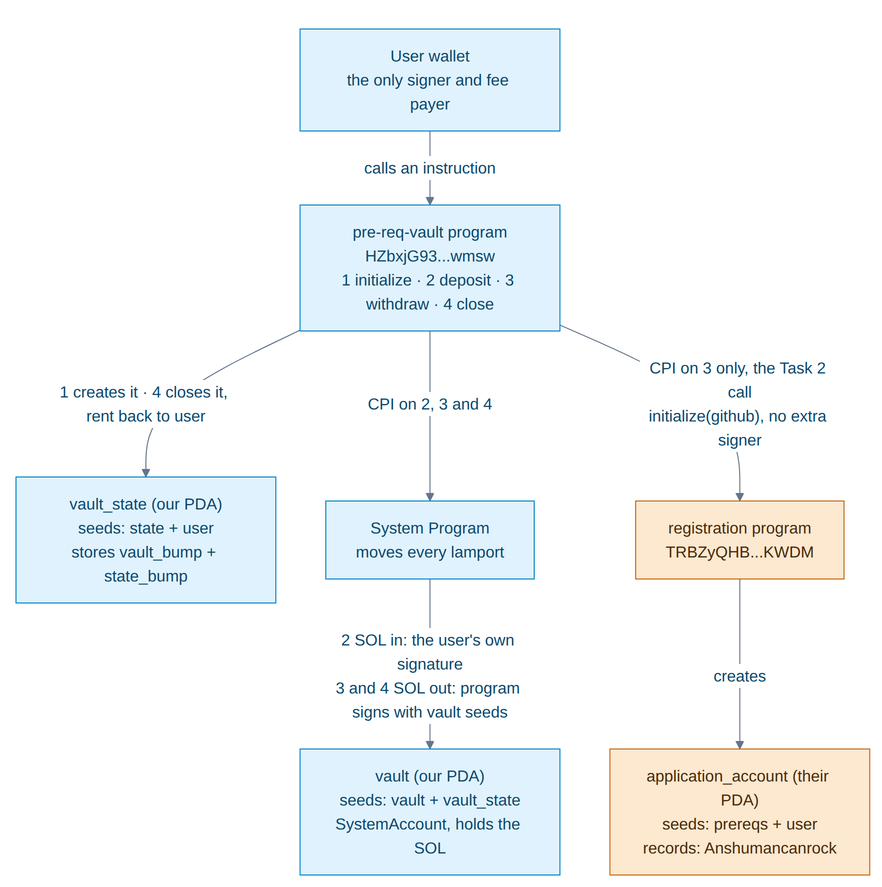
This is docs/diagram.png from Anshumancanrock/Turbin3, a Mermaid export, as it was before one commit. Its source is kept beside it as docs/diagram.mmd.
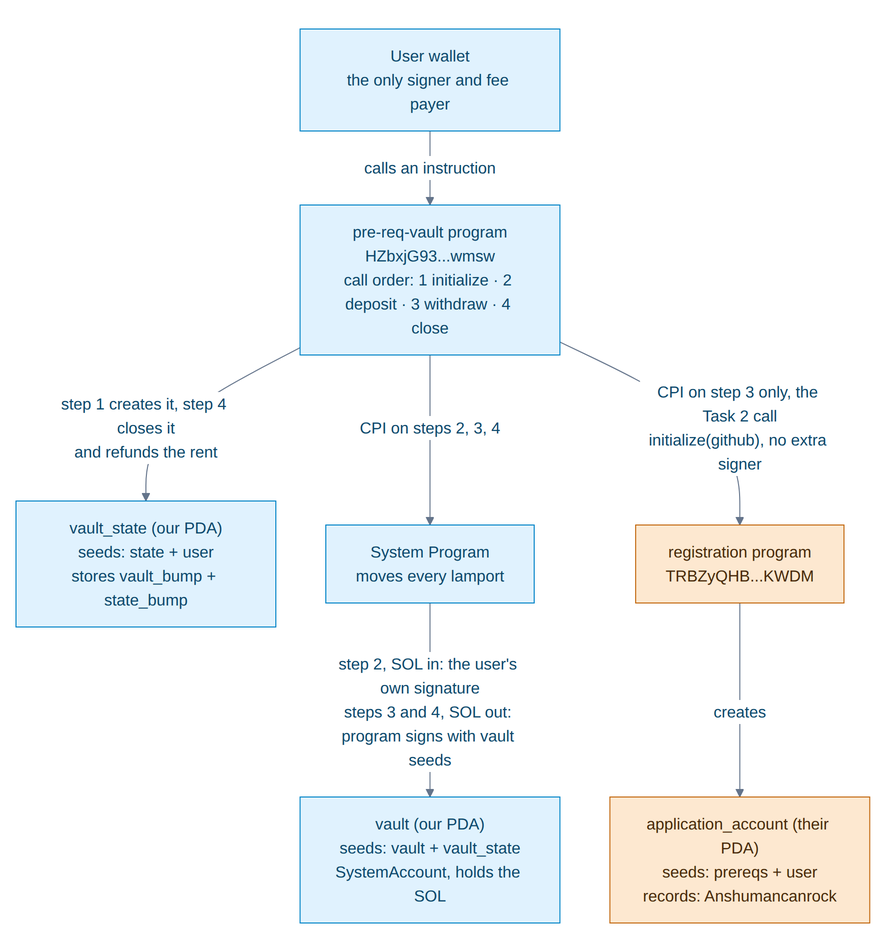
After the change.

Commit message:
Say 'step' so the numbers cannot be read as CPI depth

Solana logs use bracketed numbers for invocation depth, and the README shows
invoke [1] through [3]. Bare digits in the diagram meant call order, which is
the same digits with a different meaning.

Change to the diagram source:
```diff
@@ -3,7 +3,7 @@
   'lineColor':'#64748b','edgeLabelBackground':'#ffffff'}}}%%
 flowchart TD
     U["User wallet<br/>the only signer and fee payer"]
-    P["pre-req-vault program<br/>HZbxjG93...wmsw<br/>1 initialize · 2 deposit · 3 withdraw · 4 close"]
+    P["pre-req-vault program<br/>HZbxjG93...wmsw<br/>call order: 1 initialize · 2 deposit · 3 withdraw · 4 close"]
     VS["vault_state (our PDA)<br/>seeds: state + user<br/>stores vault_bump + state_bump"]
     SP["System Program<br/>moves every lamport"]
     V["vault (our PDA)<br/>seeds: vault + vault_state<br/>SystemAccount, holds the SOL"]
@@ -11,10 +11,10 @@
     APP["application_account (their PDA)<br/>seeds: prereqs + user<br/>records: Anshumancanrock"]
 
     U -->|calls an instruction| P
-    P -->|"1 creates it · 4 closes it, rent back to user"| VS
-    P -->|"CPI on 2, 3 and 4"| SP
-    P -->|"CPI on 3 only, the Task 2 call<br/>initialize(github), no extra signer"| REG
-    SP -->|"2 SOL in: the user's own signature<br/>3 and 4 SOL out: program signs with vault seeds"| V
+    P -->|"step 1 creates it, step 4 closes it<br/>and refunds the rent"| VS
+    P -->|"CPI on steps 2, 3, 4"| SP
+    P -->|"CPI on step 3 only, the Task 2 call<br/>initialize(github), no extra signer"| REG
+    SP -->|"step 2, SOL in: the user's own signature<br/>steps 3 and 4, SOL out: program signs with vault seeds"| V
     REG -->|creates| APP
 
     classDef ext fill:#fde8d0,stroke:#c2680f,color:#4a2c0a
```
